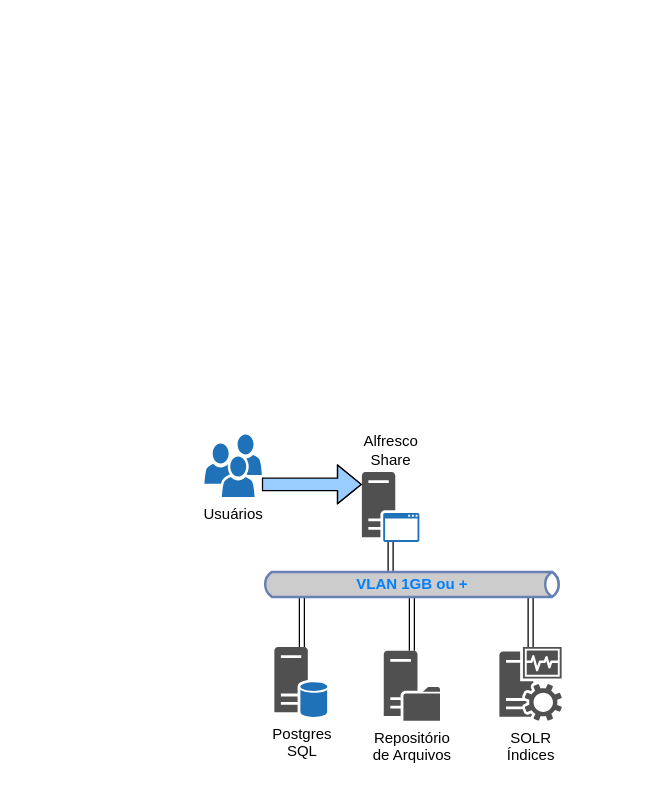
Above: InfraestruturaAlfresco.drawio in jonas-santiago/fenaseg (draw.io), before the change. Source tidied: cells renumbered, new cells numbered last; positions are measured from the earlier drawing's top-left corner, leaving out a move shared by most shapes. Both pictures are drawn from the tidied source at 125%, with x=0, y=0 at pixel (204, 434).
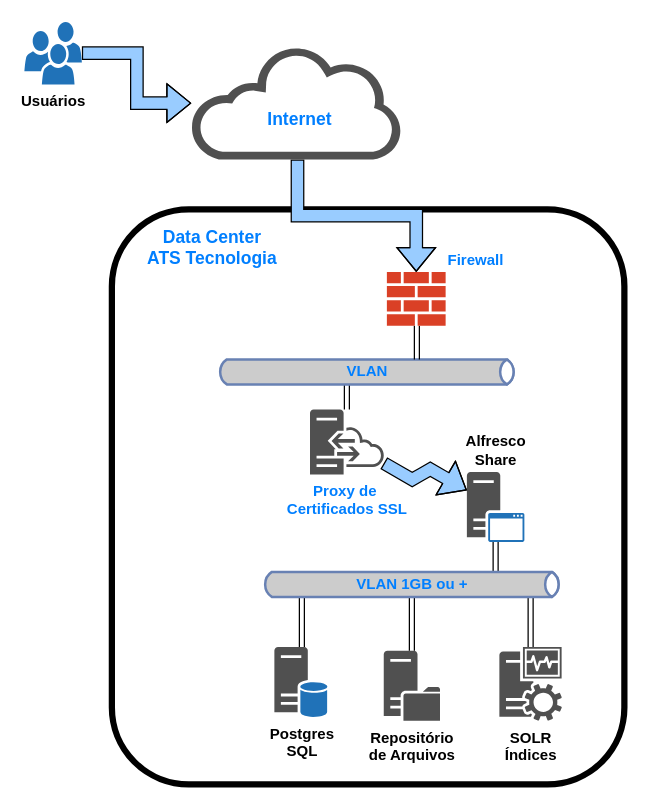
The same diagram, later.

Change to the diagram source:
```diff
@@
+    <mxCell id="13" style="whiteSpace=wrap;html=1;fontColor=#007FFF;strokeWidth=5;rounded=1;" parent="1" vertex="1">
+      <mxGeometry x="-74" y="-180" width="410" height="460" as="geometry" />
+    </mxCell>
-    <mxCell id="2" value="Postgres&lt;br&gt;SQL" style="shadow=0;dashed=0;html=1;strokeColor=none;fillColor=#505050;labelPosition=center;verticalLabelPosition=bottom;verticalAlign=top;outlineConnect=0;align=center;shape=mxgraph.office.servers.database_server_blue;" parent="1" vertex="1">
+    <mxCell id="2" value="Postgres&lt;br&gt;SQL" style="shadow=0;dashed=0;html=1;strokeColor=none;fillColor=#505050;labelPosition=center;verticalLabelPosition=bottom;verticalAlign=top;outlineConnect=0;align=center;shape=mxgraph.office.servers.database_server_blue;fontStyle=1;" parent="1" vertex="1">
       <mxGeometry x="56" y="170" width="43" height="56" as="geometry" />
     </mxCell>
-    <mxCell id="3" value="Alfresco &lt;br&gt;Share" style="shadow=0;dashed=0;html=1;strokeColor=none;fillColor=#505050;labelPosition=center;verticalLabelPosition=top;verticalAlign=bottom;outlineConnect=0;align=center;shape=mxgraph.office.servers.application_server_blue;" parent="1" vertex="1">
-      <mxGeometry x="126" y="30" width="46" height="56" as="geometry" />
+    <mxCell id="3" value="Alfresco &lt;br&gt;Share" style="shadow=0;dashed=0;html=1;strokeColor=none;fillColor=#505050;labelPosition=center;verticalLabelPosition=top;verticalAlign=bottom;outlineConnect=0;align=center;shape=mxgraph.office.servers.application_server_blue;fontStyle=1;" parent="1" vertex="1">
+      <mxGeometry x="210" y="30" width="46" height="56" as="geometry" />
     </mxCell>
-    <mxCell id="4" style="edgeStyle=elbowEdgeStyle;shape=flexArrow;rounded=0;jettySize=auto;html=1;elbow=vertical;labelBackgroundColor=#007FFF;fillColor=#99CCFF;" parent="1" edge="1" source="5" target="3">
+    <mxCell id="4" style="edgeStyle=elbowEdgeStyle;shape=flexArrow;rounded=0;jettySize=auto;html=1;labelBackgroundColor=#007FFF;fillColor=#99CCFF;" parent="1" edge="1" source="5" target="15">
       <mxGeometry relative="1" as="geometry" />
     </mxCell>
-    <mxCell id="5" value="Usuários" style="shadow=0;dashed=0;html=1;strokeColor=none;labelPosition=center;verticalLabelPosition=bottom;verticalAlign=top;outlineConnect=0;align=center;shape=mxgraph.office.users.users;fillColor=#2072B8;" parent="1" vertex="1">
-      <mxGeometry width="46" height="50" as="geometry" />
+    <mxCell id="5" value="Usuários" style="shadow=0;dashed=0;html=1;strokeColor=none;labelPosition=center;verticalLabelPosition=bottom;verticalAlign=top;outlineConnect=0;align=center;shape=mxgraph.office.users.users;fillColor=#2072B8;fontStyle=1;" parent="1" vertex="1">
+      <mxGeometry x="-144" y="-330" width="46" height="50" as="geometry" />
     </mxCell>
-    <mxCell id="6" value="Repositório&lt;br&gt;de Arquivos" style="shadow=0;dashed=0;html=1;strokeColor=none;fillColor=#505050;labelPosition=center;verticalLabelPosition=bottom;verticalAlign=top;outlineConnect=0;align=center;shape=mxgraph.office.servers.file_server;" parent="1" vertex="1">
+    <mxCell id="6" value="Repositório&lt;br&gt;de Arquivos" style="shadow=0;dashed=0;html=1;strokeColor=none;fillColor=#505050;labelPosition=center;verticalLabelPosition=bottom;verticalAlign=top;outlineConnect=0;align=center;shape=mxgraph.office.servers.file_server;fontStyle=1;" parent="1" vertex="1">
       <mxGeometry x="143.5" y="173" width="45" height="56" as="geometry" />
     </mxCell>
-    <mxCell id="7" value="SOLR&lt;br&gt;Índices" style="shadow=0;dashed=0;html=1;strokeColor=none;fillColor=#505050;labelPosition=center;verticalLabelPosition=bottom;verticalAlign=top;outlineConnect=0;align=center;shape=mxgraph.office.servers.monitoring_sql_reporting_services;" parent="1" vertex="1">
+    <mxCell id="7" value="SOLR&lt;br&gt;Índices" style="shadow=0;dashed=0;html=1;strokeColor=none;fillColor=#505050;labelPosition=center;verticalLabelPosition=bottom;verticalAlign=top;outlineConnect=0;align=center;shape=mxgraph.office.servers.monitoring_sql_reporting_services;fontStyle=1;" parent="1" vertex="1">
       <mxGeometry x="236" y="170" width="50" height="59" as="geometry" />
     </mxCell>
@@
+    <mxCell id="14" style="edgeStyle=elbowEdgeStyle;shape=flexArrow;rounded=0;jettySize=auto;html=1;labelBackgroundColor=#007FFF;fontColor=#007FFF;fillColor=#99CCFF;elbow=vertical;" parent="1" edge="1" source="15" target="21">
+      <mxGeometry relative="1" as="geometry" />
+    </mxCell>
+    <mxCell id="15" style="shadow=0;dashed=0;html=1;strokeColor=none;fillColor=#505050;labelPosition=center;verticalLabelPosition=bottom;outlineConnect=0;verticalAlign=top;align=center;shape=mxgraph.office.clouds.cloud;fontColor=#007FFF;" parent="1" vertex="1">
+      <mxGeometry x="-10.5" y="-310" width="170" height="90" as="geometry" />
+    </mxCell>
+    <mxCell id="16" style="edgeStyle=isometricEdgeStyle;shape=flexArrow;rounded=0;jettySize=auto;html=1;labelBackgroundColor=#007FFF;fontColor=#007FFF;fillColor=#99CCFF;elbow=vertical;" parent="1" edge="1" source="18" target="3">
+      <mxGeometry relative="1" as="geometry" />
+    </mxCell>
+    <mxCell id="17" style="edgeStyle=elbowEdgeStyle;shape=link;rounded=0;jettySize=auto;html=1;labelBackgroundColor=#007FFF;fontColor=#007FFF;fillColor=#99CCFF;" parent="1" edge="1" source="18" target="19">
+      <mxGeometry relative="1" as="geometry" />
+    </mxCell>
+    <mxCell id="18" value="Proxy de&amp;nbsp;&lt;br&gt;Certificados SSL" style="shadow=0;dashed=0;html=1;strokeColor=none;fillColor=#505050;labelPosition=center;verticalLabelPosition=bottom;verticalAlign=top;outlineConnect=0;align=center;shape=mxgraph.office.servers.hybrid_server;fontColor=#007FFF;fontStyle=1;" parent="1" vertex="1">
+      <mxGeometry x="84.5" y="-20" width="59" height="52" as="geometry" />
+    </mxCell>
+    <mxCell id="19" value="VLAN" style="html=1;outlineConnect=0;fillColor=#CCCCCC;strokeColor=#6881B3;gradientColor=none;gradientDirection=north;strokeWidth=2;shape=mxgraph.networks.bus;gradientColor=none;gradientDirection=north;perimeter=backbonePerimeter;backboneSize=20;fontColor=#007FFF;fontStyle=1;" parent="1" vertex="1">
+      <mxGeometry x="10" y="-60" width="240" height="20" as="geometry" />
+    </mxCell>
+    <mxCell id="20" style="edgeStyle=elbowEdgeStyle;shape=link;rounded=0;jettySize=auto;html=1;labelBackgroundColor=#007FFF;fontColor=#007FFF;fillColor=#99CCFF;" parent="1" edge="1" source="21" target="19">
+      <mxGeometry relative="1" as="geometry" />
+    </mxCell>
+    <mxCell id="21" value="Firewall" style="shadow=0;dashed=0;html=1;strokeColor=none;labelPosition=right;verticalLabelPosition=top;verticalAlign=bottom;outlineConnect=0;align=left;shape=mxgraph.office.concepts.firewall;fillColor=#DA4026;fontColor=#007FFF;fontStyle=1;" parent="1" vertex="1">
+      <mxGeometry x="146" y="-130" width="47" height="43" as="geometry" />
+    </mxCell>
+    <mxCell id="22" value="Data Center &lt;br&gt;ATS Tecnologia" style="text;html=1;align=center;verticalAlign=middle;fillColor=none;strokeColor=none;rounded=0;fontColor=#007FFF;fontStyle=1;fontSize=14;" parent="1" vertex="1">
+      <mxGeometry x="-54" y="-170" width="120" height="40" as="geometry" />
+    </mxCell>
+    <mxCell id="23" value="Internet" style="text;html=1;align=center;verticalAlign=middle;fillColor=none;strokeColor=none;rounded=0;fontColor=#007FFF;fontStyle=1;fontSize=14;" parent="1" vertex="1">
+      <mxGeometry x="40.5" y="-262" width="70" height="20" as="geometry" />
+    </mxCell>
```
